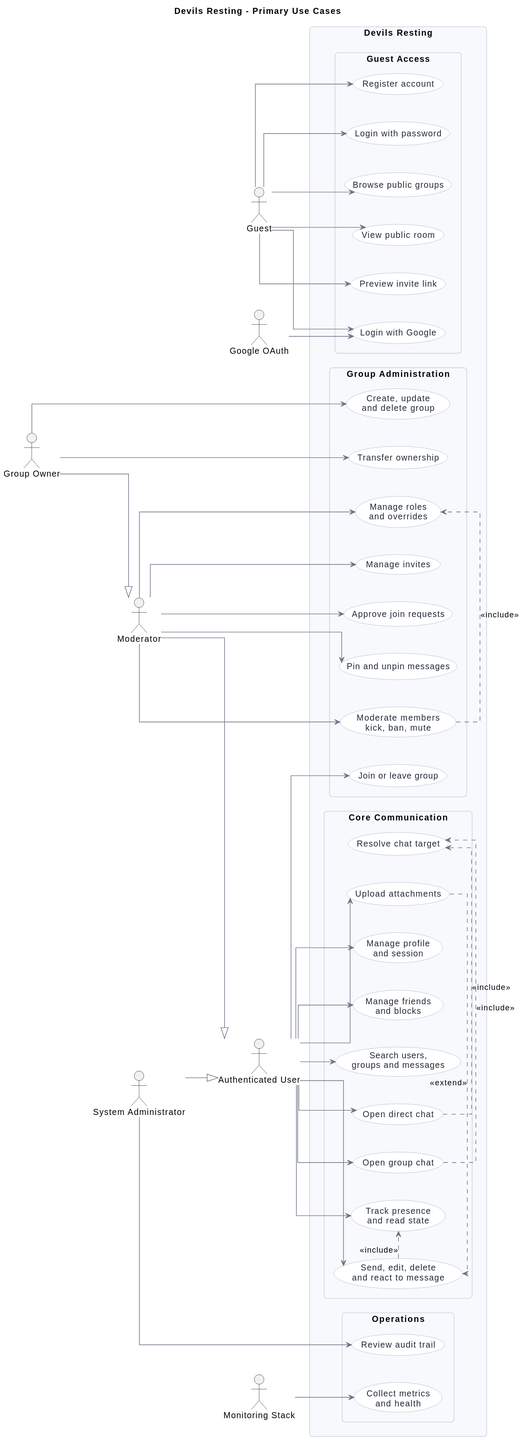
The PlantUML diagram docs/uml/rendered/use-cases.svg in asdAet/django-channels-chat-react--, before a commit.
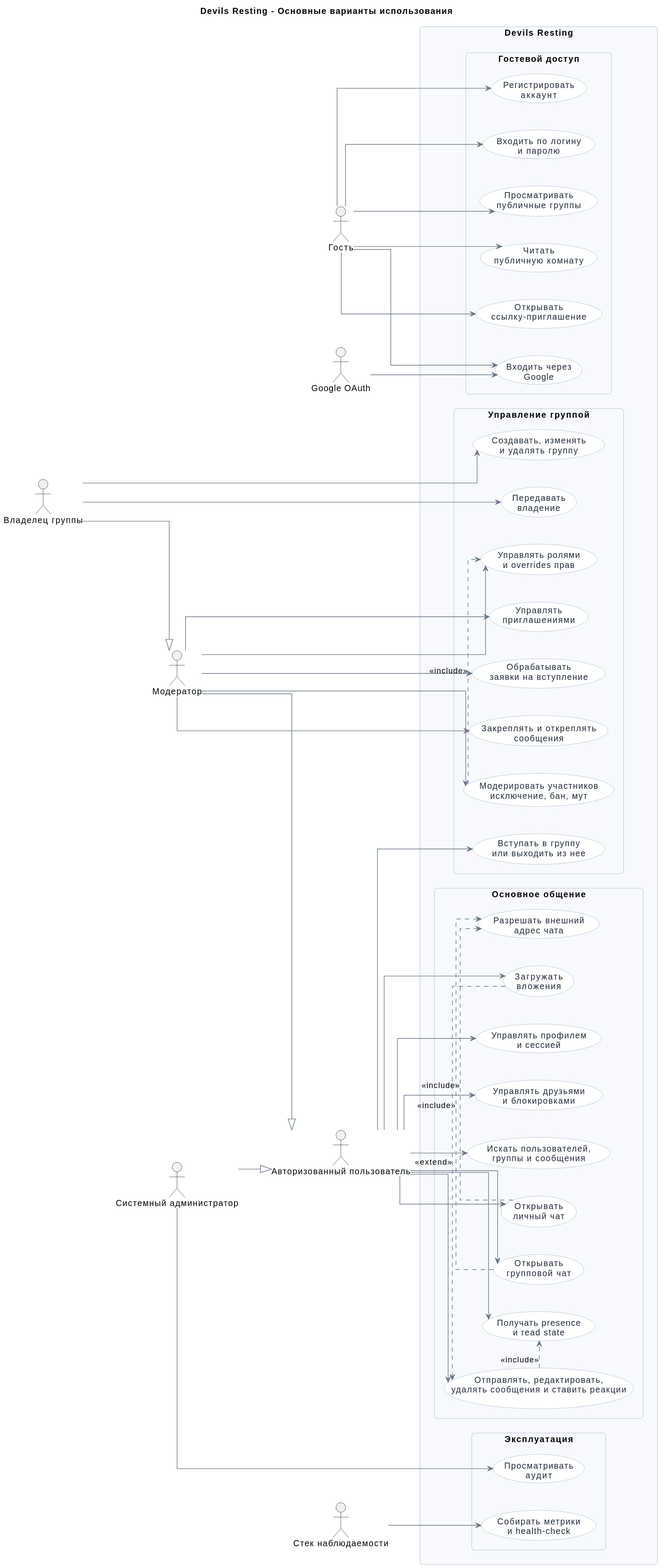
The same diagram one commit later.

Diff of the diagram source:
```diff
@@ -1,5 +1,5 @@
 @startuml
-title Devils Resting - Primary Use Cases
+title Devils Resting - Основные варианты использования
 left to right direction
 skinparam shadowing false
 skinparam backgroundColor #ffffff
@@ -9,6 +9,7 @@
 skinparam ranksep 55
 skinparam roundcorner 10
 skinparam ArrowColor #687385
+skinparam defaultFontName Arial
 skinparam packageStyle rectangle
 skinparam package {
   BorderColor #c8d0db
@@ -21,54 +22,54 @@
   FontColor #1f2937
 }
 
-actor Guest
-actor "Authenticated User" as User
-actor Moderator
-actor "Group Owner" as Owner
-actor "System Administrator" as Admin
+actor "Гость" as Guest
+actor "Авторизованный пользователь" as User
+actor "Модератор" as Moderator
+actor "Владелец группы" as Owner
+actor "Системный администратор" as Admin
 actor "Google OAuth" as Google
-actor "Monitoring Stack" as Monitoring
+actor "Стек наблюдаемости" as Monitoring
 
 Moderator --|> User
 Owner --|> Moderator
 Admin --|> User
 
 rectangle "Devils Resting" {
-  package "Guest Access" {
-    usecase "Browse public groups" as UC_PublicGroups
-    usecase "View public room" as UC_PublicRoom
-    usecase "Preview invite link" as UC_InvitePreview
-    usecase "Register account" as UC_Register
-    usecase "Login with password" as UC_Login
-    usecase "Login with Google" as UC_GoogleLogin
+  package "Гостевой доступ" {
+    usecase "Просматривать\nпубличные группы" as UC_PublicGroups
+    usecase "Читать\nпубличную комнату" as UC_PublicRoom
+    usecase "Открывать\nссылку-приглашение" as UC_InvitePreview
+    usecase "Регистрировать\nаккаунт" as UC_Register
+    usecase "Входить по логину\nи паролю" as UC_Login
+    usecase "Входить через\nGoogle" as UC_GoogleLogin
   }
 
-  package "Core Communication" {
-    usecase "Manage profile\nand session" as UC_Profile
-    usecase "Manage friends\nand blocks" as UC_Friends
-    usecase "Resolve chat target" as UC_ResolveTarget
-    usecase "Open direct chat" as UC_Direct
-    usecase "Open group chat" as UC_GroupChat
-    usecase "Send, edit, delete\nand react to message" as UC_Message
-    usecase "Upload attachments" as UC_Attach
-    usecase "Track presence\nand read state" as UC_Realtime
-    usecase "Search users,\ngroups and messages" as UC_Search
+  package "Основное общение" {
+    usecase "Управлять профилем\nи сессией" as UC_Profile
+    usecase "Управлять друзьями\nи блокировками" as UC_Friends
+    usecase "Разрешать внешний\nадрес чата" as UC_ResolveTarget
+    usecase "Открывать\nличный чат" as UC_Direct
+    usecase "Открывать\nгрупповой чат" as UC_GroupChat
+    usecase "Отправлять, редактировать,\nудалять сообщения и ставить реакции" as UC_Message
+    usecase "Загружать\nвложения" as UC_Attach
+    usecase "Получать presence\nи read state" as UC_Realtime
+    usecase "Искать пользователей,\nгруппы и сообщения" as UC_Search
   }
 
-  package "Group Administration" {
-    usecase "Create, update\nand delete group" as UC_GroupCrud
-    usecase "Join or leave group" as UC_GroupMembership
-    usecase "Manage invites" as UC_Invites
-    usecase "Approve join requests" as UC_JoinRequests
-    usecase "Manage roles\nand overrides" as UC_Roles
-    usecase "Moderate members\nkick, ban, mute" as UC_Moderate
-    usecase "Pin and unpin messages" as UC_Pins
-    usecase "Transfer ownership" as UC_Transfer
+  package "Управление группой" {
+    usecase "Создавать, изменять\nи удалять группу" as UC_GroupCrud
+    usecase "Вступать в группу\nили выходить из нее" as UC_GroupMembership
+    usecase "Управлять\nприглашениями" as UC_Invites
+    usecase "Обрабатывать\nзаявки на вступление" as UC_JoinRequests
+    usecase "Управлять ролями\nи overrides прав" as UC_Roles
+    usecase "Модерировать участников\nисключение, бан, мут" as UC_Moderate
+    usecase "Закреплять и откреплять\nсообщения" as UC_Pins
+    usecase "Передавать\nвладение" as UC_Transfer
   }
 
-  package "Operations" {
-    usecase "Review audit trail" as UC_Audit
-    usecase "Collect metrics\nand health" as UC_Metrics
+  package "Эксплуатация" {
+    usecase "Просматривать\nаудит" as UC_Audit
+    usecase "Собирать метрики\nи health-check" as UC_Metrics
   }
 }
 
```
